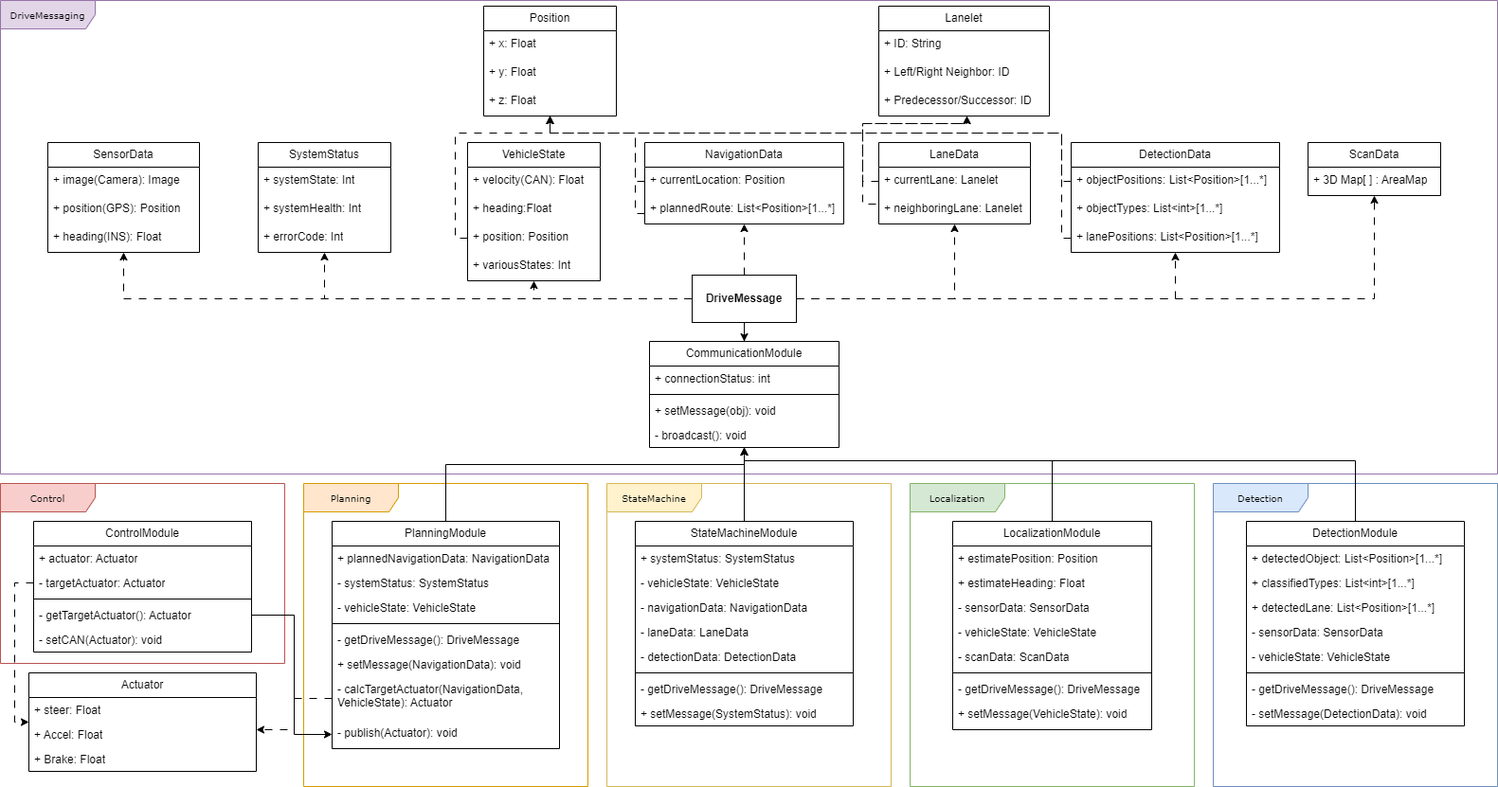
Before: document/DriveMessaging.png, a diagram exported from draw.io (inha-cvl/mobinha-racing). Source tidied: cells renumbered, new cells last; positions are measured from the earlier drawing's top-left corner, leaving out a move shared by most shapes.
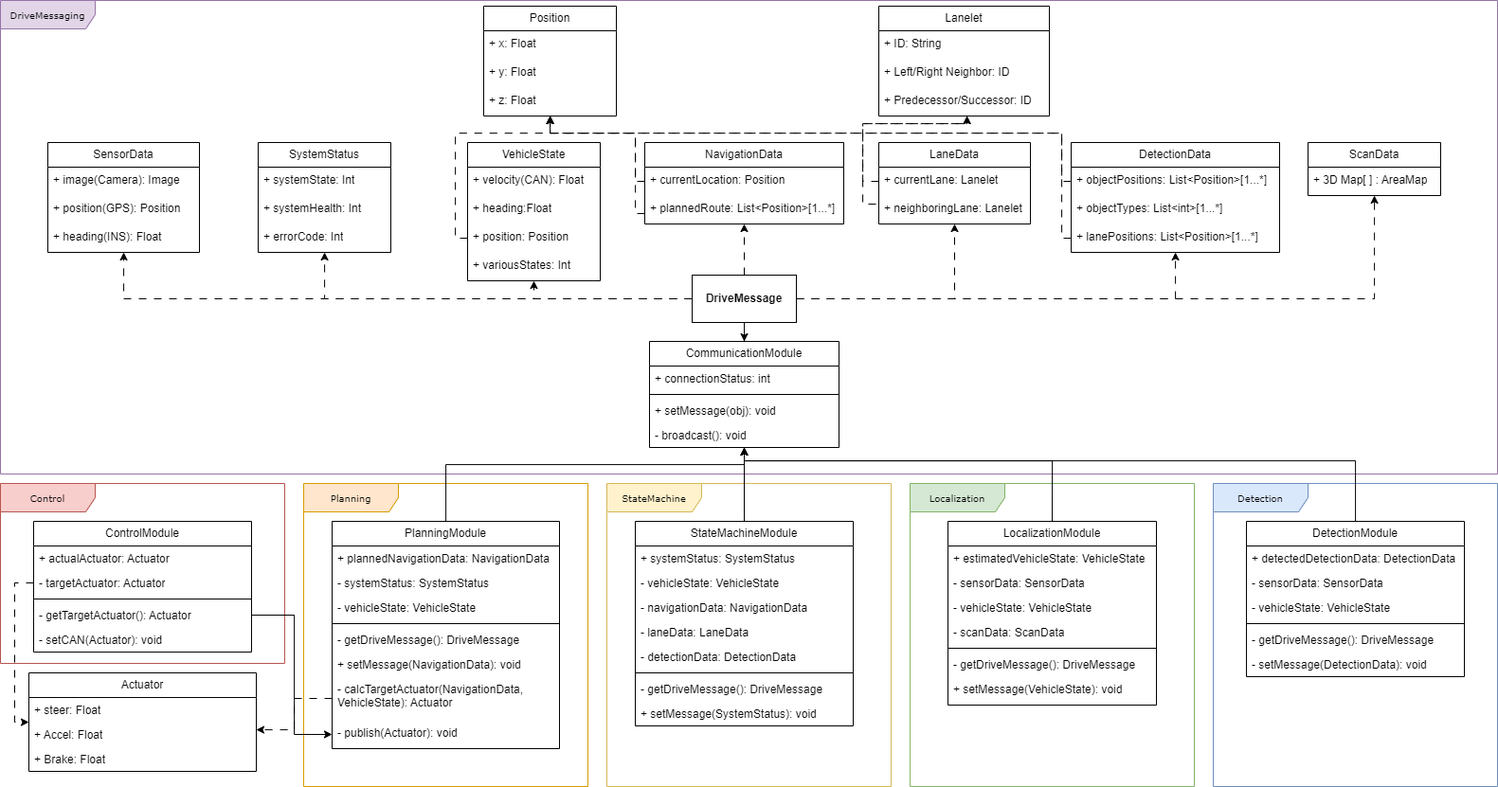
Above is the later version.

Commit message:
DriveMessaging.png이 추가되었습니다.

Change to the diagram source:
```diff
@@ -173,31 +173,28 @@
       </mxGeometry>
     </mxCell>
     <mxCell id="56" value="LocalizationModule" style="swimlane;fontStyle=0;horizontal=1;startSize=26;fillColor=none;whiteSpace=wrap;html=1;" parent="1" vertex="1">
-      <mxGeometry x="1005" y="550" width="210" height="220" as="geometry" />
+      <mxGeometry x="1000" y="550" width="220" height="194" as="geometry" />
     </mxCell>
-    <mxCell id="57" value="+ estimatePosition: Position" style="text;strokeColor=none;fillColor=none;align=left;verticalAlign=top;spacingLeft=4;spacingRight=4;overflow=hidden;whiteSpace=wrap;html=1;" parent="56" vertex="1">
-      <mxGeometry y="26" width="210" height="26" as="geometry" />
+    <mxCell id="57" value="+ estimatedVehicleState: VehicleState" style="text;strokeColor=none;fillColor=none;align=left;verticalAlign=top;spacingLeft=4;spacingRight=4;overflow=hidden;whiteSpace=wrap;html=1;" parent="56" vertex="1">
+      <mxGeometry y="26" width="220" height="26" as="geometry" />
     </mxCell>
-    <mxCell id="58" value="+ estimateHeading: Float" style="text;strokeColor=none;fillColor=none;align=left;verticalAlign=top;spacingLeft=4;spacingRight=4;overflow=hidden;whiteSpace=wrap;html=1;" parent="56" vertex="1">
-      <mxGeometry y="52" width="210" height="26" as="geometry" />
-    </mxCell>
     <mxCell id="59" value="- sensorData: SensorData" style="text;strokeColor=none;fillColor=none;align=left;verticalAlign=top;spacingLeft=4;spacingRight=4;overflow=hidden;whiteSpace=wrap;html=1;" parent="56" vertex="1">
-      <mxGeometry y="78" width="210" height="26" as="geometry" />
+      <mxGeometry y="52" width="220" height="26" as="geometry" />
     </mxCell>
     <mxCell id="60" value="- vehicleState: VehicleState" style="text;strokeColor=none;fillColor=none;align=left;verticalAlign=top;spacingLeft=4;spacingRight=4;overflow=hidden;whiteSpace=wrap;html=1;" parent="56" vertex="1">
-      <mxGeometry y="104" width="210" height="26" as="geometry" />
+      <mxGeometry y="78" width="220" height="26" as="geometry" />
     </mxCell>
     <mxCell id="61" value="- scanData: ScanData" style="text;strokeColor=none;fillColor=none;align=left;verticalAlign=top;spacingLeft=4;spacingRight=4;overflow=hidden;whiteSpace=wrap;html=1;" parent="56" vertex="1">
-      <mxGeometry y="130" width="210" height="26" as="geometry" />
+      <mxGeometry y="104" width="220" height="26" as="geometry" />
     </mxCell>
     <mxCell id="62" style="line;strokeWidth=1;fillColor=none;align=left;verticalAlign=middle;spacingTop=-1;spacingLeft=3;spacingRight=3;labelPosition=right;strokeColor=inherit;" parent="56" vertex="1">
-      <mxGeometry y="156" width="210" height="8" as="geometry" />
+      <mxGeometry y="130" width="220" height="8" as="geometry" />
     </mxCell>
     <mxCell id="63" value="- getDriveMessage(): DriveMessage" style="text;strokeColor=none;fillColor=none;align=left;verticalAlign=top;spacingLeft=4;spacingRight=4;overflow=hidden;whiteSpace=wrap;html=1;" parent="56" vertex="1">
-      <mxGeometry y="164" width="210" height="26" as="geometry" />
+      <mxGeometry y="138" width="220" height="26" as="geometry" />
     </mxCell>
     <mxCell id="64" value="+ setMessage(VehicleState): void" style="text;strokeColor=none;fillColor=none;align=left;verticalAlign=top;spacingLeft=4;spacingRight=4;overflow=hidden;whiteSpace=wrap;html=1;" parent="56" vertex="1">
-      <mxGeometry y="190" width="210" height="30" as="geometry" />
+      <mxGeometry y="164" width="220" height="30" as="geometry" />
     </mxCell>
     <mxCell id="65" style="edgeStyle=orthogonalEdgeStyle;rounded=0;jettySize=auto;html=1;" parent="1" edge="1" source="66" target="37">
       <mxGeometry relative="1" as="geometry">
@@ -207,31 +204,25 @@
       </mxGeometry>
     </mxCell>
     <mxCell id="66" value="DetectionModule" style="swimlane;fontStyle=0;horizontal=1;startSize=26;fillColor=none;whiteSpace=wrap;html=1;" parent="1" vertex="1">
-      <mxGeometry x="1315" y="550" width="230" height="216" as="geometry" />
+      <mxGeometry x="1315" y="550" width="230" height="164" as="geometry" />
     </mxCell>
-    <mxCell id="67" value="+ detectedObject: List&amp;lt;Position&amp;gt;[1...*]" style="text;strokeColor=none;fillColor=none;align=left;verticalAlign=top;spacingLeft=4;spacingRight=4;overflow=hidden;whiteSpace=wrap;html=1;" parent="66" vertex="1">
+    <mxCell id="67" value="+ detectedDetectionData: DetectionData" style="text;strokeColor=none;fillColor=none;align=left;verticalAlign=top;spacingLeft=4;spacingRight=4;overflow=hidden;whiteSpace=wrap;html=1;" parent="66" vertex="1">
       <mxGeometry y="26" width="230" height="26" as="geometry" />
     </mxCell>
-    <mxCell id="68" value="+ classifiedTypes: List&amp;lt;int&amp;gt;[1...*]" style="text;strokeColor=none;fillColor=none;align=left;verticalAlign=top;spacingLeft=4;spacingRight=4;overflow=hidden;whiteSpace=wrap;html=1;" parent="66" vertex="1">
-      <mxGeometry y="52" width="230" height="26" as="geometry" />
-    </mxCell>
-    <mxCell id="69" value="+ detectedLane: List&amp;lt;Position&amp;gt;[1...*]" style="text;strokeColor=none;fillColor=none;align=left;verticalAlign=top;spacingLeft=4;spacingRight=4;overflow=hidden;whiteSpace=wrap;html=1;" parent="66" vertex="1">
-      <mxGeometry y="78" width="230" height="26" as="geometry" />
-    </mxCell>
     <mxCell id="70" value="- sensorData: SensorData" style="text;strokeColor=none;fillColor=none;align=left;verticalAlign=top;spacingLeft=4;spacingRight=4;overflow=hidden;whiteSpace=wrap;html=1;" parent="66" vertex="1">
-      <mxGeometry y="104" width="230" height="26" as="geometry" />
+      <mxGeometry y="52" width="230" height="26" as="geometry" />
     </mxCell>
     <mxCell id="71" value="- vehicleState: VehicleState" style="text;strokeColor=none;fillColor=none;align=left;verticalAlign=top;spacingLeft=4;spacingRight=4;overflow=hidden;whiteSpace=wrap;html=1;" parent="66" vertex="1">
-      <mxGeometry y="130" width="230" height="26" as="geometry" />
+      <mxGeometry y="78" width="230" height="26" as="geometry" />
     </mxCell>
     <mxCell id="72" style="line;strokeWidth=1;fillColor=none;align=left;verticalAlign=middle;spacingTop=-1;spacingLeft=3;spacingRight=3;labelPosition=right;strokeColor=inherit;" parent="66" vertex="1">
-      <mxGeometry y="156" width="230" height="8" as="geometry" />
+      <mxGeometry y="104" width="230" height="8" as="geometry" />
     </mxCell>
     <mxCell id="73" value="- getDriveMessage(): DriveMessage" style="text;strokeColor=none;fillColor=none;align=left;verticalAlign=top;spacingLeft=4;spacingRight=4;overflow=hidden;whiteSpace=wrap;html=1;" parent="66" vertex="1">
-      <mxGeometry y="164" width="230" height="26" as="geometry" />
+      <mxGeometry y="112" width="230" height="26" as="geometry" />
     </mxCell>
     <mxCell id="74" value="- setMessage(DetectionData): void" style="text;strokeColor=none;fillColor=none;align=left;verticalAlign=top;spacingLeft=4;spacingRight=4;overflow=hidden;whiteSpace=wrap;html=1;" parent="66" vertex="1">
-      <mxGeometry y="190" width="230" height="26" as="geometry" />
+      <mxGeometry y="138" width="230" height="26" as="geometry" />
     </mxCell>
     <mxCell id="75" style="edgeStyle=orthogonalEdgeStyle;rounded=0;jettySize=auto;html=1;" parent="1" edge="1" source="76" target="37">
       <mxGeometry relative="1" as="geometry" />
@@ -309,7 +300,7 @@
     <mxCell id="96" value="ControlModule" style="swimlane;fontStyle=0;horizontal=1;startSize=26;fillColor=none;whiteSpace=wrap;html=1;" parent="1" vertex="1">
       <mxGeometry x="35" y="550" width="230" height="138" as="geometry" />
     </mxCell>
-    <mxCell id="97" value="+ actuator: Actuator" style="text;strokeColor=none;fillColor=none;align=left;verticalAlign=top;spacingLeft=4;spacingRight=4;overflow=hidden;whiteSpace=wrap;html=1;" parent="96" vertex="1">
+    <mxCell id="97" value="+ actualActuator: Actuator" style="text;strokeColor=none;fillColor=none;align=left;verticalAlign=top;spacingLeft=4;spacingRight=4;overflow=hidden;whiteSpace=wrap;html=1;" parent="96" vertex="1">
       <mxGeometry y="26" width="230" height="26" as="geometry" />
     </mxCell>
     <mxCell id="98" value="- targetActuator: Actuator" style="text;strokeColor=none;fillColor=none;align=left;verticalAlign=top;spacingLeft=4;spacingRight=4;overflow=hidden;points=[[0,0.5],[1,0.5]];portConstraint=eastwest;whiteSpace=wrap;html=1;" parent="96" vertex="1">
```
